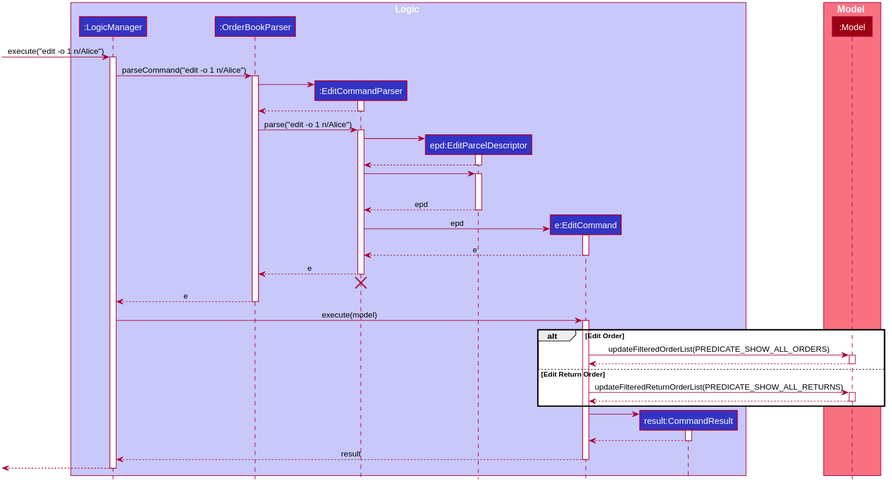
nus-cs2103-AY1920S2/addressbook-level3 keeps this PlantUML diagram as docs/images/EditCommandSequenceDiagram.svg. Above is the earlier version.
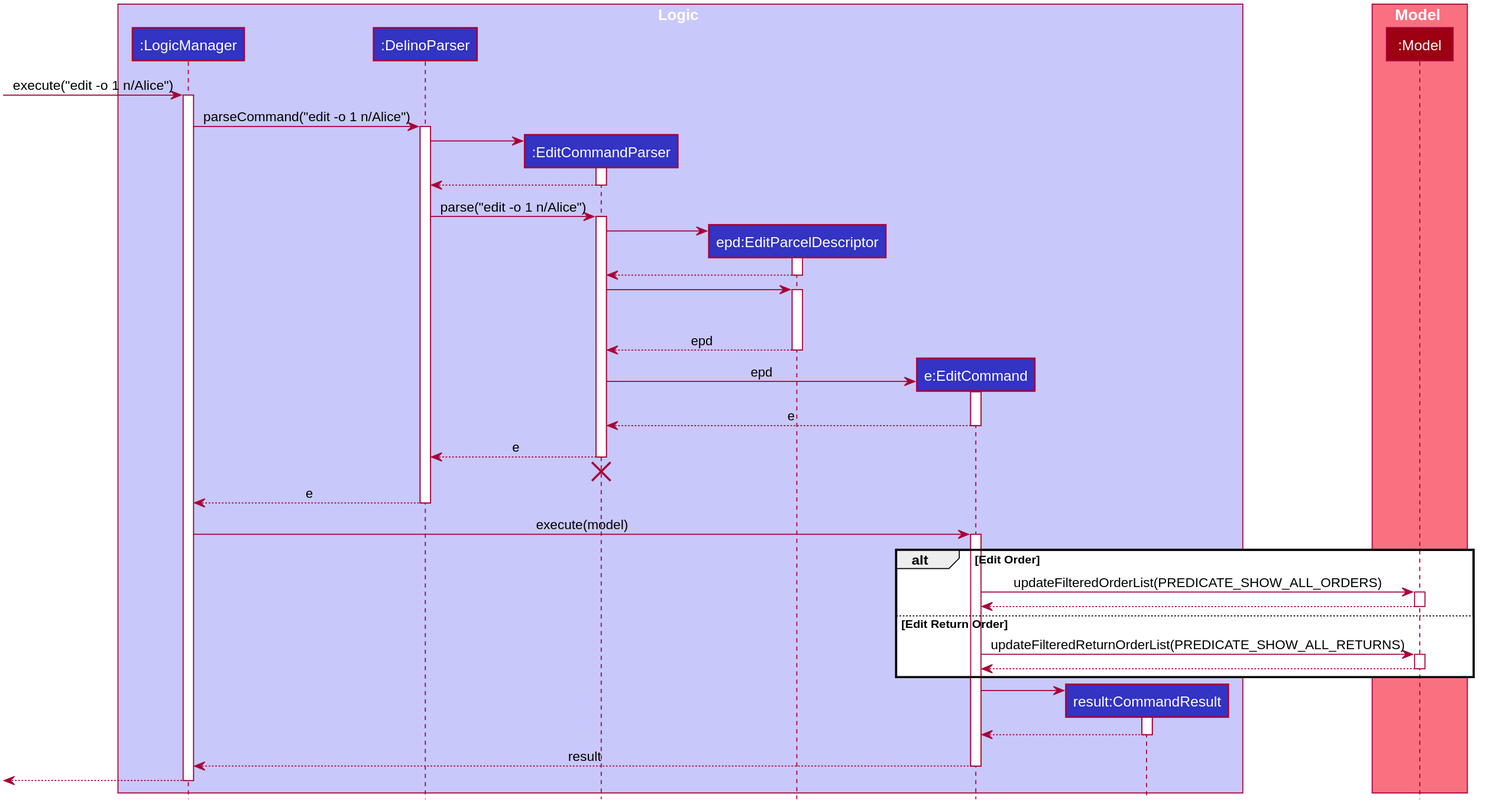
The same file after the commit.

Commit message:
Update UML sequence diagram for DelinoParser

Change to the diagram source:
```diff
@@ -49,7 +49,7 @@
 hide circle
 box Logic #C8C8FA
 participant ":LogicManager" as LogicManager #3333C4
-participant ":OrderBookParser" as OrderBookParser #3333C4
+participant ":DelinoParser" as DelinoParser #3333C4
 participant ":EditCommandParser" as EditCommandParser #3333C4
 participant "epd:EditParcelDescriptor" as EditParcelDescriptor #3333C4
 participant "e:EditCommand" as EditCommand #3333C4
@@ -63,17 +63,17 @@
 [-> LogicManager : execute("edit -o 1 n/Alice")
 activate LogicManager
 
-LogicManager -> OrderBookParser : parseCommand("edit -o 1 n/Alice")
-activate OrderBookParser
+LogicManager -> DelinoParser : parseCommand("edit -o 1 n/Alice")
+activate DelinoParser
 
 create EditCommandParser
-OrderBookParser -> EditCommandParser
+DelinoParser -> EditCommandParser
 activate EditCommandParser
 
-EditCommandParser --> OrderBookParser
+EditCommandParser --> DelinoParser
 deactivate EditCommandParser
 
-OrderBookParser -> EditCommandParser : parse("edit -o 1 n/Alice")
+DelinoParser -> EditCommandParser : parse("edit -o 1 n/Alice")
 activate EditCommandParser
 
 create EditParcelDescriptor
@@ -98,13 +98,13 @@
 EditCommand --> EditCommandParser : e
 deactivate EditCommand
 
-EditCommandParser --> OrderBookParser : e
+EditCommandParser --> DelinoParser : e
 deactivate EditCommandParser
-EditCommandParser -[hidden]-> OrderBookParser
+EditCommandParser -[hidden]-> DelinoParser
 destroy EditCommandParser
 
-OrderBookParser --> LogicManager : e
-deactivate OrderBookParser
+DelinoParser --> LogicManager : e
+deactivate DelinoParser
 
 LogicManager -> EditCommand : execute(model)
 activate EditCommand
```
